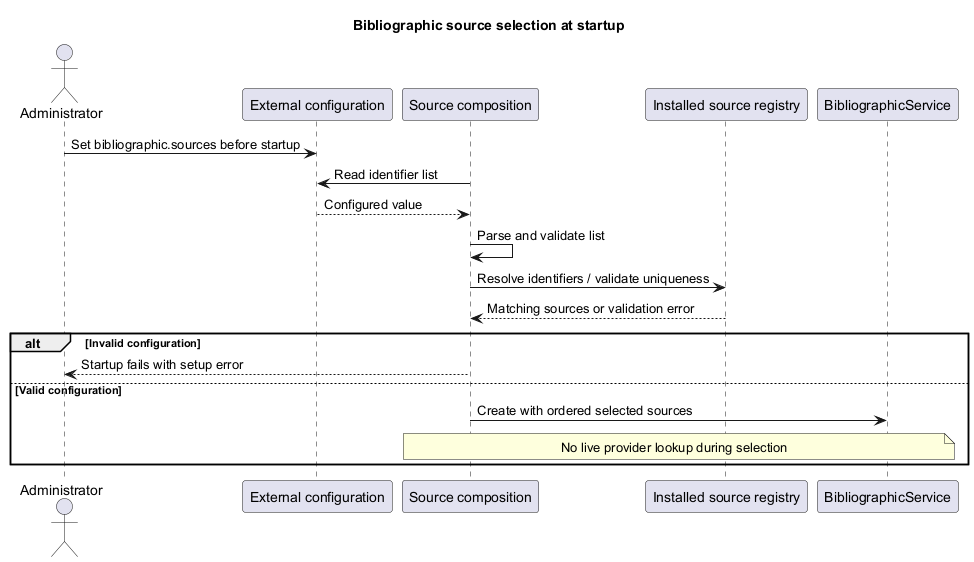
Max1124/ARQSOFT_ODSOFT_G6 keeps this PlantUML diagram as Docs/DocsMasterDegree/system-to-be/Images/BibliographicConfigurationSequence.png. Above is the earlier version.
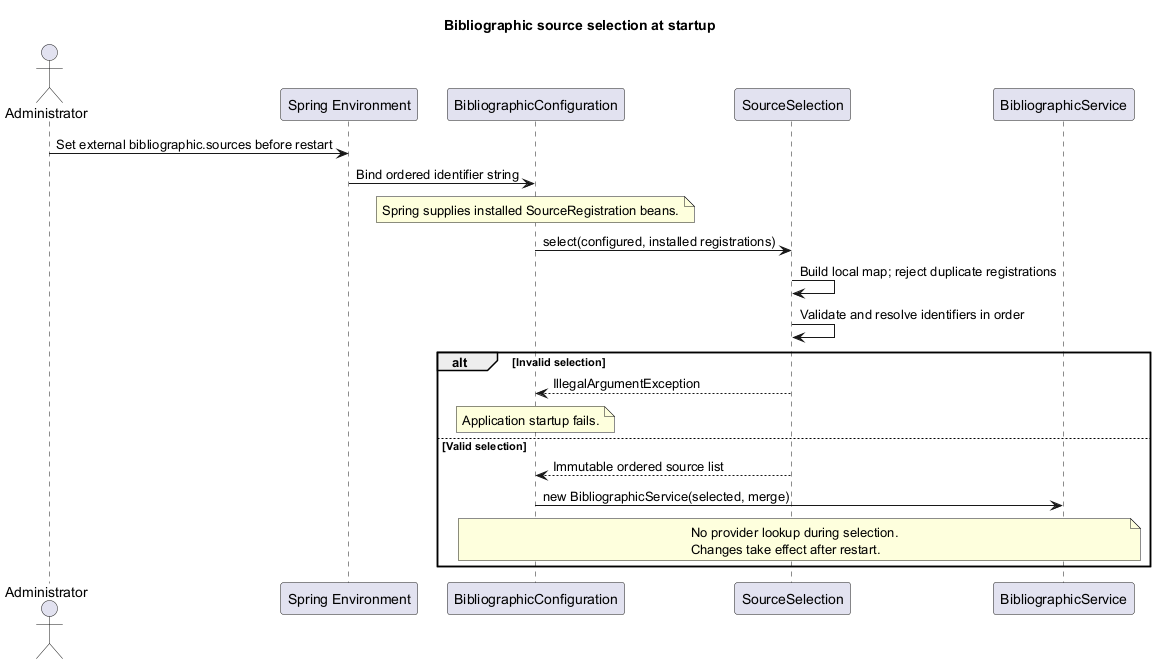
Later version of the same file.

Change to the diagram source:
```diff
@@ -3,20 +3,22 @@
 skinparam backgroundColor white
 title Bibliographic source selection at startup
 actor Administrator
-participant "External configuration" as Config
-participant "Source composition" as Composition
-participant "Installed source registry" as Registry
+participant "Spring Environment" as Config
+participant BibliographicConfiguration as Composition
+participant SourceSelection as Selection
 participant BibliographicService as Service
-Administrator -> Config : Set bibliographic.sources before startup
-Composition -> Config : Read identifier list
-Config --> Composition : Configured value
-Composition -> Composition : Parse and validate list
-Composition -> Registry : Resolve identifiers / validate uniqueness
-Registry --> Composition : Matching sources or validation error
-alt Invalid configuration
-  Composition --> Administrator : Startup fails with setup error
-else Valid configuration
-  Composition -> Service : Create with ordered selected sources
-  note over Composition,Service : No live provider lookup during selection
+Administrator -> Config : Set external bibliographic.sources before restart
+Config -> Composition : Bind ordered identifier string
+note over Composition : Spring supplies installed SourceRegistration beans.
+Composition -> Selection : select(configured, installed registrations)
+Selection -> Selection : Build local map; reject duplicate registrations
+Selection -> Selection : Validate and resolve identifiers in order
+alt Invalid selection
+ Selection --> Composition : IllegalArgumentException
+ note over Composition : Application startup fails.
+else Valid selection
+ Selection --> Composition : Immutable ordered source list
+ Composition -> Service : new BibliographicService(selected, merge)
+ note over Composition,Service : No provider lookup during selection.\nChanges take effect after restart.
 end
 @enduml
```
